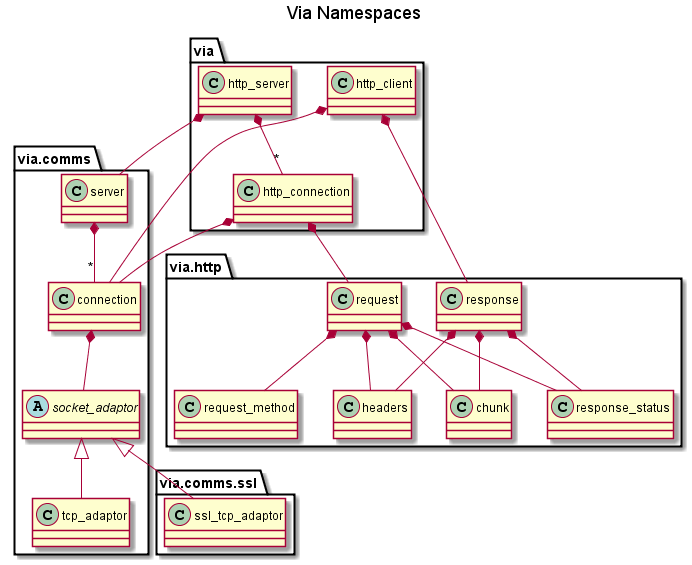
Earlier version of the PlantUML export docs/images/via_namespaces.png (kenba/via-httplib).
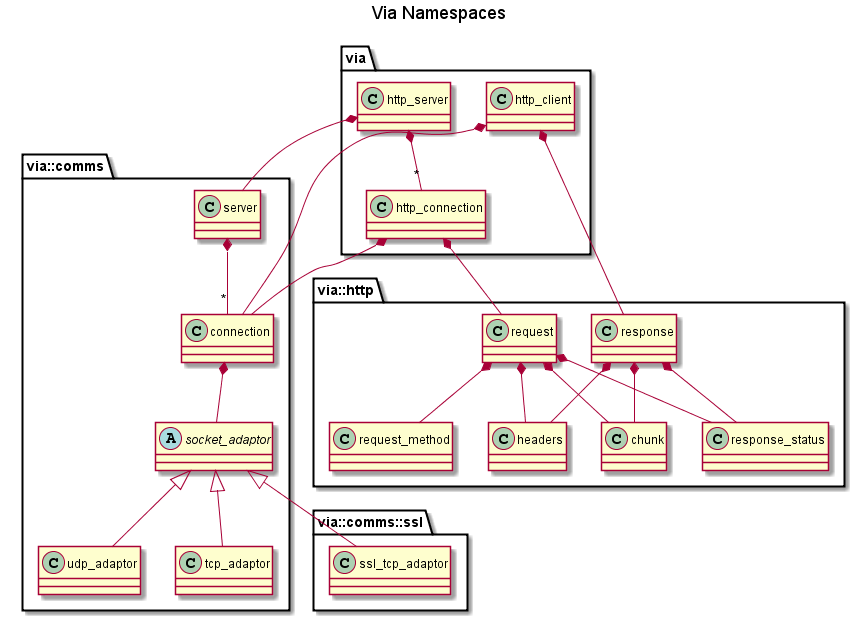
The same file after the commit.

Change to the diagram source:
```diff
@@ -3,30 +3,33 @@
 
 title Via Namespaces
 
-via.http_server *-- via.comms.server
-via.http_server *-- "*" via.http_connection
+set namespaceSeparator ::
 
-via.http_connection *-- via.comms.connection
-via.http_connection *-- via.http.request
+via::http_server *-- via::comms::server
+via::http_server *-- "*" via::http_connection
 
-via.http_client *-- via.comms.connection
-via.http_client *-- via.http.response
+via::http_connection *-- via::comms::connection
+via::http_connection *-- via::http::request
 
-via.http.request *-- via.http.request_method
-via.http.request *-- via.http.headers
-via.http.request *-- via.http.chunk
-via.http.request *-- via.http.response_status
+via::http_client *-- via::comms::connection
+via::http_client *-- via::http::response
 
-via.http.response *-- via.http.response_status
-via.http.response *-- via.http.headers
-via.http.response *-- via.http.chunk
+via::http::request *-- via::http::request_method
+via::http::request *-- via::http::headers
+via::http::request *-- via::http::chunk
+via::http::request *-- via::http::response_status
+
+via::http::response *-- via::http::response_status
+via::http::response *-- via::http::headers
+via::http::response *-- via::http::chunk
 
 
-via.comms.server *-- "*" via.comms.connection
-via.comms.connection *-- via.comms.socket_adaptor
+via::comms::server *-- "*" via::comms::connection
+via::comms::connection *-- via::comms::socket_adaptor
 
-abstract class via.comms.socket_adaptor
-via.comms.socket_adaptor <|-- via.comms.tcp_adaptor
-via.comms.socket_adaptor <|-- via.comms.ssl.ssl_tcp_adaptor
+abstract class via::comms::socket_adaptor
+via::comms::socket_adaptor <|-- via::comms::udp_adaptor
+via::comms::socket_adaptor <|-- via::comms::tcp_adaptor
+via::comms::socket_adaptor <|-- via::comms::ssl::ssl_tcp_adaptor
 
 @enduml
```
